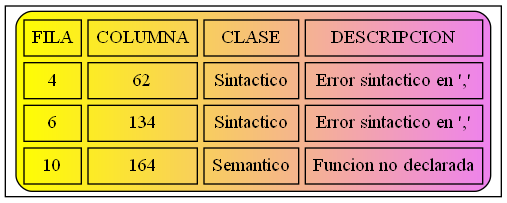
This is Errores.png from JoseMore99/OLC2_P1_201701015, a Graphviz export, as it was before one commit. Its source is kept beside it as Errores.dot.
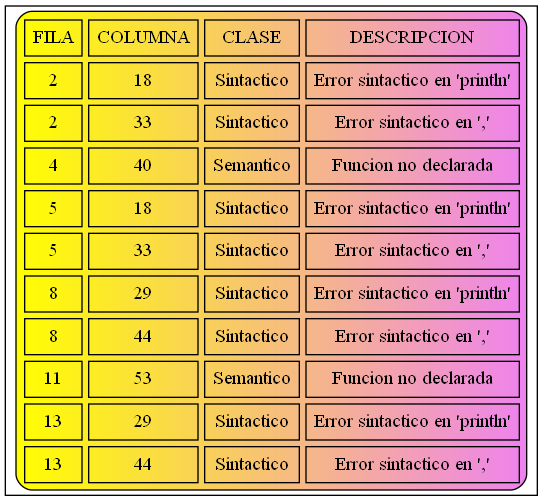
The same file after the commit.

Change to the diagram source:
```diff
@@ -2,8 +2,15 @@
 node [shape=record];
 a0 [label=<<TABLE border="1" cellspacing="5" cellpadding="5" style="rounded" bgcolor="yellow:violet">
 "<TR><TD>FILA</TD><TD>COLUMNA</TD><TD>CLASE</TD><TD>DESCRIPCION</TD></TR>
-<TR><TD>4</TD><TD>62</TD><TD>Sintactico</TD><TD>Error sintactico en ','</TD></TR>
-<TR><TD>6</TD><TD>134</TD><TD>Sintactico</TD><TD>Error sintactico en ','</TD></TR>
-<TR><TD>10</TD><TD>164</TD><TD>Semantico</TD><TD>Funcion no declarada</TD></TR>
+<TR><TD>2</TD><TD>18</TD><TD>Sintactico</TD><TD>Error sintactico en 'println'</TD></TR>
+<TR><TD>2</TD><TD>33</TD><TD>Sintactico</TD><TD>Error sintactico en ','</TD></TR>
+<TR><TD>4</TD><TD>40</TD><TD>Semantico</TD><TD>Funcion no declarada</TD></TR>
+<TR><TD>5</TD><TD>18</TD><TD>Sintactico</TD><TD>Error sintactico en 'println'</TD></TR>
+<TR><TD>5</TD><TD>33</TD><TD>Sintactico</TD><TD>Error sintactico en ','</TD></TR>
+<TR><TD>8</TD><TD>29</TD><TD>Sintactico</TD><TD>Error sintactico en 'println'</TD></TR>
+<TR><TD>8</TD><TD>44</TD><TD>Sintactico</TD><TD>Error sintactico en ','</TD></TR>
+<TR><TD>11</TD><TD>53</TD><TD>Semantico</TD><TD>Funcion no declarada</TD></TR>
+<TR><TD>13</TD><TD>29</TD><TD>Sintactico</TD><TD>Error sintactico en 'println'</TD></TR>
+<TR><TD>13</TD><TD>44</TD><TD>Sintactico</TD><TD>Error sintactico en ','</TD></TR>
 </TABLE>>];
 }
```
